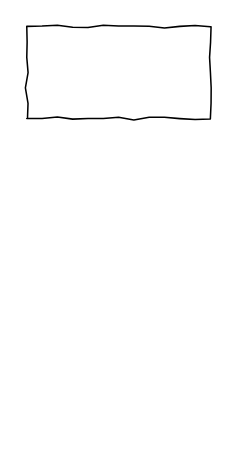
Before: test.drawio in apollour/files, a draw.io diagram. Source tidied: cells renumbered, new cells numbered last; positions are measured from the earlier drawing's top-left corner, leaving out a move shared by most shapes. Both pictures are drawn from the tidied source at 153%, with x=0, y=0 at pixel (26, 26).
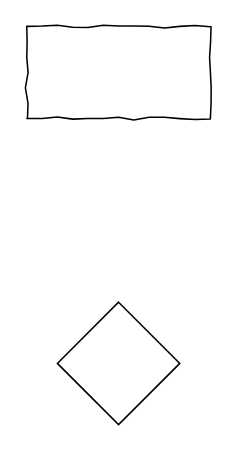
The same page after the edit.

The edit, as a diff of the source:
```diff
@@
 <mxGraphModel>
   <root>
     <mxCell id="0" />
     <mxCell id="1" parent="0" />
     <mxCell id="2" style="rounded=0;whiteSpace=wrap;html=1;comic=1;" parent="1" vertex="1">
       <mxGeometry width="120" height="60" as="geometry" />
     </mxCell>
+    <mxCell id="3" style="rhombus;whiteSpace=wrap;html=1;" parent="1" vertex="1">
+      <mxGeometry x="20" y="180" width="80" height="80" as="geometry" />
+    </mxCell>
   </root>
 </mxGraphModel>
```
